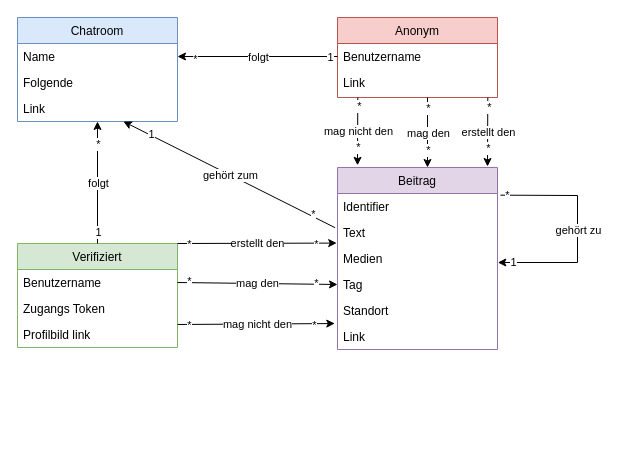
Before: DomainModels.drawio in AnoAsked/Documentation, a draw.io diagram. Source tidied: cells renumbered, new cells numbered last; positions are measured from the earlier drawing's top-left corner, leaving out a move shared by most shapes. Both pictures are drawn from the tidied source at 100%, with x=0, y=0 at pixel (17, 17).
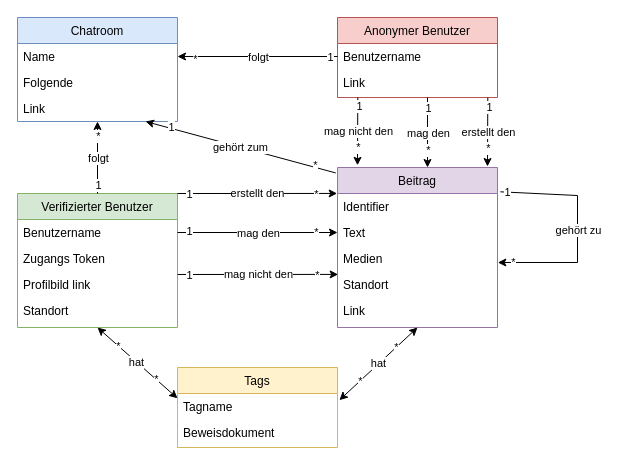
The same page after the edit.

The change refers to these unchanged cells:
```xml
<mxCell id="3" value="Identifier" style="text;align=left;verticalAlign=top;spacingLeft=4;spacingRight=4;overflow=hidden;points=[[0,0.5],[1,0.5]];portConstraint=eastwest;rounded=0;shadow=0;html=0;" parent="2" vertex="1">
  <mxGeometry y="26" width="160" height="26" as="geometry" />
</mxCell>
<mxCell id="4" value="Text" style="text;align=left;verticalAlign=top;spacingLeft=4;spacingRight=4;overflow=hidden;points=[[0,0.5],[1,0.5]];portConstraint=eastwest;rounded=0;shadow=0;html=0;" parent="2" vertex="1">
  <mxGeometry y="52" width="160" height="26" as="geometry" />
</mxCell>
<mxCell id="8" style="endArrow=classic;html=1;rounded=0;exitX=1.018;exitY=0.152;exitDx=0;exitDy=0;exitPerimeter=0;entryX=1.002;entryY=0.654;entryDx=0;entryDy=0;entryPerimeter=0;" parent="2" edge="1" source="2" target="5">
  <mxGeometry relative="1" as="geometry">
    <Array as="points">
      <mxPoint x="240" y="28" />
      <mxPoint x="240" y="95" />
    </Array>
  </mxGeometry>
</mxCell>
<mxCell id="17" value="Benutzername" style="text;align=left;verticalAlign=top;spacingLeft=4;spacingRight=4;overflow=hidden;points=[[0,0.5],[1,0.5]];portConstraint=eastwest;" parent="16" vertex="1">
  <mxGeometry y="26" width="160" height="26" as="geometry" />
</mxCell>
<mxCell id="18" value="Zugangs Token" style="text;align=left;verticalAlign=top;spacingLeft=4;spacingRight=4;overflow=hidden;points=[[0,0.5],[1,0.5]];portConstraint=eastwest;rounded=0;shadow=0;html=0;" parent="16" vertex="1">
  <mxGeometry y="52" width="160" height="26" as="geometry" />
</mxCell>
<mxCell id="23" value="Link" style="text;align=left;verticalAlign=top;spacingLeft=4;spacingRight=4;overflow=hidden;points=[[0,0.5],[1,0.5]];portConstraint=eastwest;rounded=0;shadow=0;html=0;" parent="20" vertex="1">
  <mxGeometry y="78" width="160" height="26" as="geometry" />
</mxCell>
<mxCell id="24" style="endArrow=classic;html=1;rounded=0;entryX=0.873;entryY=-0.008;entryDx=0;entryDy=0;entryPerimeter=0;" parent="1" edge="1">
  <mxGeometry relative="1" as="geometry">
    <mxPoint x="470.3" y="80" as="sourcePoint" />
    <mxPoint x="470" y="149" as="targetPoint" />
  </mxGeometry>
</mxCell>
<mxCell id="28" style="endArrow=classic;html=1;rounded=0;entryX=0.5;entryY=0;entryDx=0;entryDy=0;exitX=0.5;exitY=1;exitDx=0;exitDy=0;" parent="1" edge="1">
  <mxGeometry relative="1" as="geometry">
    <mxPoint x="410" y="80" as="sourcePoint" />
    <mxPoint x="410" y="150" as="targetPoint" />
  </mxGeometry>
</mxCell>
<mxCell id="32" style="endArrow=classic;html=1;rounded=0;entryX=0.248;entryY=-0.017;entryDx=0;entryDy=0;exitX=0.25;exitY=1;exitDx=0;exitDy=0;entryPerimeter=0;" parent="1" edge="1">
  <mxGeometry relative="1" as="geometry">
    <mxPoint x="340.3" y="80" as="sourcePoint" />
    <mxPoint x="340" y="147.8" as="targetPoint" />
  </mxGeometry>
</mxCell>
```

Diff of the diagram source:
```diff
@@
     <mxCell id="2" value="Beitrag" style="swimlane;fontStyle=0;align=center;verticalAlign=top;horizontal=1;startSize=26;rounded=0;shadow=0;strokeWidth=1;fillColor=#e1d5e7;strokeColor=#9673a6;" parent="1" vertex="1">
-      <mxGeometry x="320" y="150" width="160" height="182" as="geometry" />
+      <mxGeometry x="320" y="150" width="160" height="160" as="geometry" />
     </mxCell>
@@
-    <mxCell id="6" value="Tag" style="text;align=left;verticalAlign=top;spacingLeft=4;spacingRight=4;overflow=hidden;points=[[0,0.5],[1,0.5]];portConstraint=eastwest;rounded=0;shadow=0;html=0;" parent="2" vertex="1">
-      <mxGeometry y="104" width="160" height="26" as="geometry" />
-    </mxCell>
     <mxCell id="7" value="Standort" style="text;align=left;verticalAlign=top;spacingLeft=4;spacingRight=4;overflow=hidden;points=[[0,0.5],[1,0.5]];portConstraint=eastwest;rounded=0;shadow=0;html=0;" parent="2" vertex="1">
-      <mxGeometry y="130" width="160" height="26" as="geometry" />
+      <mxGeometry y="104" width="160" height="26" as="geometry" />
     </mxCell>
@@
-    <mxCell id="10" value="1" style="edgeLabel;html=1;align=center;verticalAlign=middle;" parent="8" vertex="1">
+    <mxCell id="10" value="*" style="edgeLabel;html=1;align=center;verticalAlign=middle;" parent="8" vertex="1">
       <mxGeometry x="0.87" y="-1" relative="1" as="geometry" />
     </mxCell>
-    <mxCell id="11" value="*" style="edgeLabel;html=1;align=center;verticalAlign=middle;" parent="8" vertex="1">
+    <mxCell id="11" value="1" style="edgeLabel;html=1;align=center;verticalAlign=middle;" parent="8" vertex="1">
       <mxGeometry x="-0.94" relative="1" as="geometry" />
     </mxCell>
     <mxCell id="12" value="Link" style="text;align=left;verticalAlign=top;spacingLeft=4;spacingRight=4;overflow=hidden;rounded=0;shadow=0;html=0;" parent="2" vertex="1">
-      <mxGeometry y="156" width="160" height="26" as="geometry" />
+      <mxGeometry y="130" width="160" height="26" as="geometry" />
     </mxCell>
-    <mxCell id="13" value="Anonym" style="swimlane;fontStyle=0;align=center;verticalAlign=top;horizontal=1;startSize=26;rounded=0;shadow=0;strokeWidth=1;fillColor=#f8cecc;strokeColor=#b85450;" parent="1" vertex="1">
+    <mxCell id="13" value="Anonymer Benutzer" style="swimlane;fontStyle=0;align=center;verticalAlign=top;horizontal=1;startSize=26;rounded=0;shadow=0;strokeWidth=1;fillColor=#f8cecc;strokeColor=#b85450;" parent="1" vertex="1">
       <mxGeometry x="320" width="160" height="80" as="geometry" />
     </mxCell>
@@
-    <mxCell id="16" value="Verifiziert" style="swimlane;fontStyle=0;align=center;verticalAlign=top;horizontal=1;startSize=26;rounded=0;shadow=0;strokeWidth=1;fillColor=#d5e8d4;strokeColor=#82b366;" parent="1" vertex="1">
-      <mxGeometry y="226" width="160" height="104" as="geometry" />
+    <mxCell id="16" value="Verifizierter Benutzer" style="swimlane;fontStyle=0;align=center;verticalAlign=top;horizontal=1;startSize=26;rounded=0;shadow=0;strokeWidth=1;fillColor=#d5e8d4;strokeColor=#82b366;" parent="1" vertex="1">
+      <mxGeometry y="176" width="160" height="134" as="geometry" />
     </mxCell>
@@
+    <mxCell id="60" value="Standort" style="text;align=left;verticalAlign=top;spacingLeft=4;spacingRight=4;overflow=hidden;rounded=0;shadow=0;html=0;" parent="16" vertex="1">
+      <mxGeometry y="104" width="160" height="26" as="geometry" />
+    </mxCell>
@@
-    <mxCell id="26" value="*" style="edgeLabel;html=1;align=center;verticalAlign=middle;" parent="24" vertex="1">
+    <mxCell id="26" value="1" style="edgeLabel;html=1;align=center;verticalAlign=middle;" parent="24" vertex="1">
       <mxGeometry x="-0.73" y="1" relative="1" as="geometry" />
     </mxCell>
@@
-    <mxCell id="30" value="*" style="edgeLabel;html=1;align=center;verticalAlign=middle;" parent="28" vertex="1">
+    <mxCell id="30" value="1" style="edgeLabel;html=1;align=center;verticalAlign=middle;" parent="28" vertex="1">
       <mxGeometry x="-0.71" relative="1" as="geometry" />
     </mxCell>
@@
-    <mxCell id="34" value="*" style="edgeLabel;html=1;align=center;verticalAlign=middle;" parent="32" vertex="1">
+    <mxCell id="34" value="1" style="edgeLabel;html=1;align=center;verticalAlign=middle;" parent="32" vertex="1">
       <mxGeometry x="-0.75" y="1" relative="1" as="geometry" />
     </mxCell>
@@
-    <mxCell id="36" style="endArrow=classic;html=1;rounded=0;exitX=-0.015;exitY=0.315;exitDx=0;exitDy=0;exitPerimeter=0;" parent="1" edge="1" source="4" target="23">
+    <mxCell id="36" style="endArrow=classic;html=1;rounded=0;exitX=-0.011;exitY=0.034;exitDx=0;exitDy=0;exitPerimeter=0;" parent="1" edge="1" source="2" target="23">
       <mxGeometry relative="1" as="geometry" />
     </mxCell>
@@
-    <mxCell id="40" style="endArrow=classic;html=1;rounded=0;entryX=-0.005;entryY=0.907;entryDx=0;entryDy=0;entryPerimeter=0;exitX=1;exitY=0;exitDx=0;exitDy=0;" parent="1" edge="1" source="16" target="4">
+    <mxCell id="40" style="endArrow=classic;html=1;rounded=0;entryX=-0.002;entryY=-0.002;entryDx=0;entryDy=0;entryPerimeter=0;exitX=1;exitY=0;exitDx=0;exitDy=0;" parent="1" edge="1" source="16" target="3">
       <mxGeometry relative="1" as="geometry" />
     </mxCell>
@@
-    <mxCell id="42" value="*" style="edgeLabel;html=1;align=center;verticalAlign=middle;" parent="40" vertex="1">
+    <mxCell id="42" value="1" style="edgeLabel;html=1;align=center;verticalAlign=middle;" parent="40" vertex="1">
       <mxGeometry x="-0.86" y="-1" relative="1" as="geometry" />
     </mxCell>
@@
-    <mxCell id="44" style="endArrow=classic;html=1;rounded=0;entryX=0;entryY=0.5;entryDx=0;entryDy=0;exitX=1;exitY=0.5;exitDx=0;exitDy=0;" parent="1" edge="1" source="17" target="6">
+    <mxCell id="44" style="endArrow=classic;html=1;rounded=0;entryX=0;entryY=0.5;entryDx=0;entryDy=0;exitX=1;exitY=0.5;exitDx=0;exitDy=0;" parent="1" edge="1" source="17" target="4">
       <mxGeometry relative="1" as="geometry" />
     </mxCell>
@@
-    <mxCell id="46" value="*" style="edgeLabel;html=1;align=center;verticalAlign=middle;" parent="44" vertex="1">
+    <mxCell id="46" value="1" style="edgeLabel;html=1;align=center;verticalAlign=middle;" parent="44" vertex="1">
       <mxGeometry x="-0.86" y="2" relative="1" as="geometry" />
     </mxCell>
@@
-    <mxCell id="48" style="endArrow=classic;html=1;rounded=0;entryX=-0.017;entryY=1.002;entryDx=0;entryDy=0;exitX=1.001;exitY=1.115;exitDx=0;exitDy=0;entryPerimeter=0;exitPerimeter=0;" parent="1" edge="1" source="18" target="7">
+    <mxCell id="48" style="endArrow=classic;html=1;rounded=0;entryX=0.004;entryY=0.112;entryDx=0;entryDy=0;exitX=1.001;exitY=1.115;exitDx=0;exitDy=0;entryPerimeter=0;exitPerimeter=0;" parent="1" edge="1" source="18" target="7">
       <mxGeometry relative="1" as="geometry" />
     </mxCell>
@@
-    <mxCell id="50" value="*" style="edgeLabel;html=1;align=center;verticalAlign=middle;" parent="48" vertex="1">
+    <mxCell id="50" value="1" style="edgeLabel;html=1;align=center;verticalAlign=middle;" parent="48" vertex="1">
       <mxGeometry x="-0.86" y="-1" relative="1" as="geometry" />
     </mxCell>
@@
+    <mxCell id="61" value="Tags" style="swimlane;fontStyle=0;align=center;verticalAlign=top;horizontal=1;startSize=26;rounded=0;shadow=0;strokeWidth=1;fillColor=#fff2cc;strokeColor=#d6b656;" parent="1" vertex="1">
+      <mxGeometry x="160" y="350" width="160" height="80" as="geometry" />
+    </mxCell>
+    <mxCell id="62" value="Tagname" style="text;align=left;verticalAlign=top;spacingLeft=4;spacingRight=4;overflow=hidden;" parent="61" vertex="1">
+      <mxGeometry y="26" width="160" height="26" as="geometry" />
+    </mxCell>
+    <mxCell id="63" value="Beweisdokument" style="text;align=left;verticalAlign=top;spacingLeft=4;spacingRight=4;overflow=hidden;" parent="61" vertex="1">
+      <mxGeometry y="52" width="160" height="26" as="geometry" />
+    </mxCell>
+    <mxCell id="64" style="endArrow=classic;startArrow=classic;html=1;rounded=0;entryX=0.5;entryY=1;entryDx=0;entryDy=0;exitX=0;exitY=0.385;exitDx=0;exitDy=0;exitPerimeter=0;" parent="1" edge="1" source="61" target="16">
+      <mxGeometry relative="1" as="geometry" />
+    </mxCell>
+    <mxCell id="65" value="*" style="edgeLabel;html=1;align=center;verticalAlign=middle;" parent="64" vertex="1">
+      <mxGeometry x="0.47" relative="1" as="geometry" />
+    </mxCell>
+    <mxCell id="66" value="*" style="edgeLabel;html=1;align=center;verticalAlign=middle;" parent="64" vertex="1">
+      <mxGeometry x="-0.45" relative="1" as="geometry" />
+    </mxCell>
+    <mxCell id="67" value="hat" style="edgeLabel;html=1;align=center;verticalAlign=middle;" parent="64" vertex="1">
+      <mxGeometry x="0.03" relative="1" as="geometry" />
+    </mxCell>
+    <mxCell id="68" style="endArrow=classic;startArrow=classic;html=1;rounded=0;entryX=1.012;entryY=0.408;entryDx=0;entryDy=0;exitX=0.5;exitY=1;exitDx=0;exitDy=0;entryPerimeter=0;" parent="1" edge="1" source="2" target="61">
+      <mxGeometry relative="1" as="geometry" />
+    </mxCell>
+    <mxCell id="69" value="*" style="edgeLabel;html=1;align=center;verticalAlign=middle;" parent="68" vertex="1">
+      <mxGeometry x="0.47" relative="1" as="geometry" />
+    </mxCell>
+    <mxCell id="70" value="*" style="edgeLabel;html=1;align=center;verticalAlign=middle;" parent="68" vertex="1">
+      <mxGeometry x="-0.45" relative="1" as="geometry" />
+    </mxCell>
+    <mxCell id="71" value="hat" style="edgeLabel;html=1;align=center;verticalAlign=middle;" parent="68" vertex="1">
+      <mxGeometry y="-1" relative="1" as="geometry" />
+    </mxCell>
```
